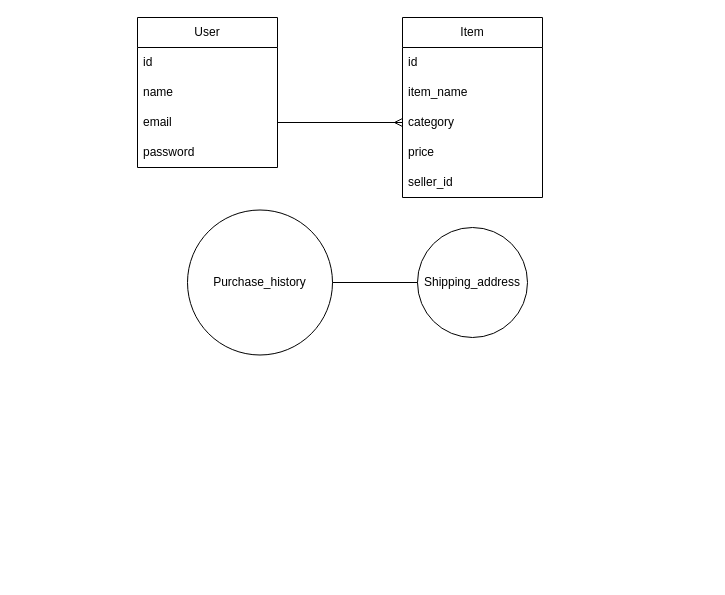
tttamaki1/furima-39335 keeps this draw.io diagram as er.dio. Above is the earlier version. Source tidied: cells renumbered, new cells numbered last; positions are measured from the earlier drawing's top-left corner, leaving out a move shared by most shapes. Both pictures are drawn from the tidied source at 100%, with x=0, y=0 at pixel (137, 17).
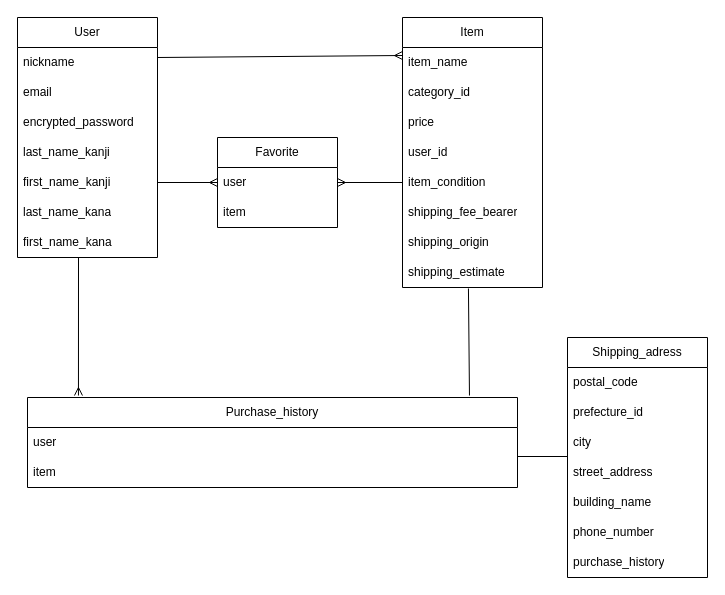
Above is the later version.

What changed in the source:
```diff
@@
     <mxCell id="2" value="User" style="swimlane;fontStyle=0;horizontal=1;startSize=30;whiteSpace=wrap;html=1;" parent="1" vertex="1">
-      <mxGeometry width="140" height="150" as="geometry" />
+      <mxGeometry x="-120" width="140" height="240" as="geometry" />
     </mxCell>
-    <mxCell id="3" value="id" style="text;strokeColor=none;fillColor=none;align=left;verticalAlign=middle;spacingLeft=4;spacingRight=4;overflow=hidden;whiteSpace=wrap;html=1;" parent="2" vertex="1">
-      <mxGeometry y="30" width="140" height="30" as="geometry" />
-    </mxCell>
-    <mxCell id="4" value="name" style="text;strokeColor=none;fillColor=none;align=left;verticalAlign=middle;spacingLeft=4;spacingRight=4;overflow=hidden;whiteSpace=wrap;html=1;" parent="2" vertex="1">
-      <mxGeometry y="60" width="140" height="30" as="geometry" />
+    <mxCell id="4" value="nickname" style="text;strokeColor=none;fillColor=none;align=left;verticalAlign=middle;spacingLeft=4;spacingRight=4;overflow=hidden;whiteSpace=wrap;html=1;" parent="2" vertex="1">
+      <mxGeometry y="30" width="140" height="30" as="geometry" />
     </mxCell>
     <mxCell id="5" value="email" style="text;strokeColor=none;fillColor=none;align=left;verticalAlign=middle;spacingLeft=4;spacingRight=4;overflow=hidden;points=[[0,0.5],[1,0.5]];portConstraint=eastwest;whiteSpace=wrap;html=1;" parent="2" vertex="1">
-      <mxGeometry y="90" width="140" height="30" as="geometry" />
+      <mxGeometry y="60" width="140" height="30" as="geometry" />
     </mxCell>
-    <mxCell id="6" value="password" style="text;strokeColor=none;fillColor=none;align=left;verticalAlign=middle;spacingLeft=4;spacingRight=4;overflow=hidden;whiteSpace=wrap;html=1;" parent="2" vertex="1">
-      <mxGeometry y="120" width="140" height="30" as="geometry" />
+    <mxCell id="6" value="encrypted_password" style="text;strokeColor=none;fillColor=none;align=left;verticalAlign=middle;spacingLeft=4;spacingRight=4;overflow=hidden;whiteSpace=wrap;html=1;" parent="2" vertex="1">
+      <mxGeometry y="90" width="140" height="30" as="geometry" />
     </mxCell>
+    <mxCell id="17" value="last_name_kanji" style="text;strokeColor=none;fillColor=none;align=left;verticalAlign=middle;spacingLeft=4;spacingRight=4;overflow=hidden;whiteSpace=wrap;html=1;" parent="2" vertex="1">
+      <mxGeometry y="120" width="140" height="30" as="geometry" />
+    </mxCell>
+    <mxCell id="18" value="first_name_kanji" style="text;strokeColor=none;fillColor=none;align=left;verticalAlign=middle;spacingLeft=4;spacingRight=4;overflow=hidden;points=[[0,0.5],[1,0.5]];portConstraint=eastwest;whiteSpace=wrap;html=1;" parent="2" vertex="1">
+      <mxGeometry y="150" width="140" height="30" as="geometry" />
+    </mxCell>
+    <mxCell id="19" value="last_name_kana" style="text;strokeColor=none;fillColor=none;align=left;verticalAlign=middle;spacingLeft=4;spacingRight=4;overflow=hidden;whiteSpace=wrap;html=1;" parent="2" vertex="1">
+      <mxGeometry y="180" width="140" height="30" as="geometry" />
+    </mxCell>
+    <mxCell id="20" value="first_name_kana" style="text;strokeColor=none;fillColor=none;align=left;verticalAlign=middle;spacingLeft=4;spacingRight=4;overflow=hidden;whiteSpace=wrap;html=1;" parent="2" vertex="1">
+      <mxGeometry y="210" width="140" height="30" as="geometry" />
+    </mxCell>
     <mxCell id="7" value="Item" style="swimlane;fontStyle=0;horizontal=1;startSize=30;whiteSpace=wrap;html=1;" parent="1" vertex="1">
-      <mxGeometry x="265" width="140" height="180" as="geometry" />
+      <mxGeometry x="265" width="140" height="270" as="geometry" />
     </mxCell>
-    <mxCell id="8" value="id" style="text;strokeColor=none;fillColor=none;align=left;verticalAlign=middle;spacingLeft=4;spacingRight=4;overflow=hidden;whiteSpace=wrap;html=1;" parent="7" vertex="1">
-      <mxGeometry y="30" width="140" height="30" as="geometry" />
-    </mxCell>
     <mxCell id="9" value="item_name" style="text;strokeColor=none;fillColor=none;align=left;verticalAlign=middle;spacingLeft=4;spacingRight=4;overflow=hidden;points=[[0,0.5],[1,0.5]];portConstraint=eastwest;whiteSpace=wrap;html=1;" parent="7" vertex="1">
-      <mxGeometry y="60" width="140" height="30" as="geometry" />
+      <mxGeometry y="30" width="140" height="30" as="geometry" />
     </mxCell>
-    <mxCell id="10" value="category" style="text;strokeColor=none;fillColor=none;align=left;verticalAlign=middle;spacingLeft=4;spacingRight=4;overflow=hidden;points=[[0,0.5],[1,0.5]];portConstraint=eastwest;whiteSpace=wrap;html=1;" parent="7" vertex="1">
-      <mxGeometry y="90" width="140" height="30" as="geometry" />
+    <mxCell id="10" value="category_id" style="text;strokeColor=none;fillColor=none;align=left;verticalAlign=middle;spacingLeft=4;spacingRight=4;overflow=hidden;points=[[0,0.5],[1,0.5]];portConstraint=eastwest;whiteSpace=wrap;html=1;" parent="7" vertex="1">
+      <mxGeometry y="60" width="140" height="30" as="geometry" />
     </mxCell>
     <mxCell id="11" value="price" style="text;strokeColor=none;fillColor=none;align=left;verticalAlign=middle;spacingLeft=4;spacingRight=4;overflow=hidden;whiteSpace=wrap;html=1;" parent="7" vertex="1">
-      <mxGeometry y="120" width="140" height="30" as="geometry" />
+      <mxGeometry y="90" width="140" height="30" as="geometry" />
     </mxCell>
-    <mxCell id="12" value="seller_id" style="text;strokeColor=none;fillColor=none;align=left;verticalAlign=middle;spacingLeft=4;spacingRight=4;overflow=hidden;whiteSpace=wrap;html=1;" parent="7" vertex="1">
-      <mxGeometry y="150" width="140" height="30" as="geometry" />
+    <mxCell id="12" value="user_id" style="text;strokeColor=none;fillColor=none;align=left;verticalAlign=middle;spacingLeft=4;spacingRight=4;overflow=hidden;whiteSpace=wrap;html=1;" parent="7" vertex="1">
+      <mxGeometry y="120" width="140" height="30" as="geometry" />
     </mxCell>
-    <mxCell id="13" value="Purchase_history" style="ellipse;whiteSpace=wrap;html=1;" parent="1" vertex="1">
-      <mxGeometry x="50" y="192.5" width="145" height="145" as="geometry" />
-    </mxCell>
-    <mxCell id="14" value="Shipping_address" style="ellipse;whiteSpace=wrap;html=1;" parent="1" vertex="1">
-      <mxGeometry x="280" y="210" width="110" height="110" as="geometry" />
-    </mxCell>
+    <mxCell id="21" value="item_condition" style="text;strokeColor=none;fillColor=none;align=left;verticalAlign=middle;spacingLeft=4;spacingRight=4;overflow=hidden;points=[[0,0.5],[1,0.5]];portConstraint=eastwest;whiteSpace=wrap;html=1;" parent="7" vertex="1">
+      <mxGeometry y="150" width="140" height="30" as="geometry" />
+    </mxCell>
+    <mxCell id="22" value="shipping_fee_bearer" style="text;strokeColor=none;fillColor=none;align=left;verticalAlign=middle;spacingLeft=4;spacingRight=4;overflow=hidden;whiteSpace=wrap;html=1;" parent="7" vertex="1">
+      <mxGeometry y="180" width="140" height="30" as="geometry" />
+    </mxCell>
+    <mxCell id="23" value="shipping_origin" style="text;strokeColor=none;fillColor=none;align=left;verticalAlign=middle;spacingLeft=4;spacingRight=4;overflow=hidden;whiteSpace=wrap;html=1;" parent="7" vertex="1">
+      <mxGeometry y="210" width="140" height="30" as="geometry" />
+    </mxCell>
+    <mxCell id="24" value="shipping_estimate" style="text;strokeColor=none;fillColor=none;align=left;verticalAlign=middle;spacingLeft=4;spacingRight=4;overflow=hidden;points=[[0,0.5],[1,0.5]];portConstraint=eastwest;whiteSpace=wrap;html=1;" parent="7" vertex="1">
+      <mxGeometry y="240" width="140" height="30" as="geometry" />
+    </mxCell>
-    <mxCell id="15" style="endArrow=ERmany;html=1;exitX=1;exitY=0.5;exitDx=0;exitDy=0;entryX=0;entryY=0.5;entryDx=0;entryDy=0;endFill=0;" parent="1" edge="1" source="5" target="10">
-      <mxGeometry relative="1" as="geometry" />
+    <mxCell id="15" style="endArrow=ERmany;html=1;endFill=0;entryX=0;entryY=0.267;entryDx=0;entryDy=0;entryPerimeter=0;" parent="1" edge="1" target="9">
+      <mxGeometry relative="1" as="geometry">
+        <mxPoint x="20" y="40" as="sourcePoint" />
+      </mxGeometry>
     </mxCell>
-    <mxCell id="16" style="endArrow=none;html=1;entryX=0;entryY=0.5;entryDx=0;entryDy=0;exitX=1;exitY=0.5;exitDx=0;exitDy=0;" parent="1" edge="1" source="13" target="14">
+    <mxCell id="16" style="endArrow=none;html=1;exitX=0;exitY=0.967;exitDx=0;exitDy=0;exitPerimeter=0;entryX=1;entryY=-0.033;entryDx=0;entryDy=0;entryPerimeter=0;" parent="1" edge="1" source="33" target="39">
       <mxGeometry relative="1" as="geometry" />
     </mxCell>
+    <mxCell id="25" value="Favorite" style="swimlane;fontStyle=0;horizontal=1;startSize=30;whiteSpace=wrap;html=1;" parent="1" vertex="1">
+      <mxGeometry x="80" y="120" width="120" height="90" as="geometry" />
+    </mxCell>
+    <mxCell id="26" value="user" style="text;strokeColor=none;fillColor=none;align=left;verticalAlign=middle;spacingLeft=4;spacingRight=4;overflow=hidden;points=[[0,0.5],[1,0.5]];portConstraint=eastwest;whiteSpace=wrap;html=1;" parent="25" vertex="1">
+      <mxGeometry y="30" width="120" height="30" as="geometry" />
+    </mxCell>
+    <mxCell id="27" value="item" style="text;strokeColor=none;fillColor=none;align=left;verticalAlign=middle;spacingLeft=4;spacingRight=4;overflow=hidden;whiteSpace=wrap;html=1;" parent="25" vertex="1">
+      <mxGeometry y="60" width="120" height="30" as="geometry" />
+    </mxCell>
+    <mxCell id="28" style="endArrow=ERmany;html=1;exitX=1;exitY=0.5;exitDx=0;exitDy=0;endFill=0;entryX=0;entryY=0.5;entryDx=0;entryDy=0;" parent="1" edge="1" source="18" target="26">
+      <mxGeometry relative="1" as="geometry" />
+    </mxCell>
+    <mxCell id="29" style="endArrow=ERmany;html=1;endFill=0;entryX=1;entryY=0.5;entryDx=0;entryDy=0;exitX=0;exitY=0.5;exitDx=0;exitDy=0;" parent="1" edge="1" source="21" target="26">
+      <mxGeometry relative="1" as="geometry" />
+    </mxCell>
+    <mxCell id="30" value="Shipping_adress" style="swimlane;fontStyle=0;horizontal=1;startSize=30;whiteSpace=wrap;html=1;" parent="1" vertex="1">
+      <mxGeometry x="430" y="320" width="140" height="240" as="geometry" />
+    </mxCell>
+    <mxCell id="31" value="postal_code" style="text;strokeColor=none;fillColor=none;align=left;verticalAlign=middle;spacingLeft=4;spacingRight=4;overflow=hidden;whiteSpace=wrap;html=1;" parent="30" vertex="1">
+      <mxGeometry y="30" width="140" height="30" as="geometry" />
+    </mxCell>
+    <mxCell id="32" value="prefecture_id" style="text;strokeColor=none;fillColor=none;align=left;verticalAlign=middle;spacingLeft=4;spacingRight=4;overflow=hidden;whiteSpace=wrap;html=1;" parent="30" vertex="1">
+      <mxGeometry y="60" width="140" height="30" as="geometry" />
+    </mxCell>
+    <mxCell id="33" value="city" style="text;strokeColor=none;fillColor=none;align=left;verticalAlign=middle;spacingLeft=4;spacingRight=4;overflow=hidden;points=[[0,0.5],[1,0.5]];portConstraint=eastwest;whiteSpace=wrap;html=1;" parent="30" vertex="1">
+      <mxGeometry y="90" width="140" height="30" as="geometry" />
+    </mxCell>
+    <mxCell id="34" value="street_address" style="text;strokeColor=none;fillColor=none;align=left;verticalAlign=middle;spacingLeft=4;spacingRight=4;overflow=hidden;whiteSpace=wrap;html=1;" parent="30" vertex="1">
+      <mxGeometry y="120" width="140" height="30" as="geometry" />
+    </mxCell>
+    <mxCell id="35" value="building_name" style="text;strokeColor=none;fillColor=none;align=left;verticalAlign=middle;spacingLeft=4;spacingRight=4;overflow=hidden;whiteSpace=wrap;html=1;" parent="30" vertex="1">
+      <mxGeometry y="150" width="140" height="30" as="geometry" />
+    </mxCell>
+    <mxCell id="36" value="phone_number" style="text;strokeColor=none;fillColor=none;align=left;verticalAlign=middle;spacingLeft=4;spacingRight=4;overflow=hidden;whiteSpace=wrap;html=1;" parent="30" vertex="1">
+      <mxGeometry y="180" width="140" height="30" as="geometry" />
+    </mxCell>
+    <mxCell id="37" value="purchase_history" style="text;strokeColor=none;fillColor=none;align=left;verticalAlign=middle;spacingLeft=4;spacingRight=4;overflow=hidden;whiteSpace=wrap;html=1;" parent="30" vertex="1">
+      <mxGeometry y="210" width="140" height="30" as="geometry" />
+    </mxCell>
+    <mxCell id="13" value="Purchase_history" style="swimlane;fontStyle=0;horizontal=1;startSize=30;whiteSpace=wrap;html=1;" parent="1" vertex="1">
+      <mxGeometry x="-110" y="380" width="490" height="90" as="geometry" />
+    </mxCell>
+    <mxCell id="38" value="user" style="text;strokeColor=none;fillColor=none;align=left;verticalAlign=middle;spacingLeft=4;spacingRight=4;overflow=hidden;whiteSpace=wrap;html=1;" parent="13" vertex="1">
+      <mxGeometry y="30" width="490" height="30" as="geometry" />
+    </mxCell>
+    <mxCell id="39" value="item" style="text;strokeColor=none;fillColor=none;align=left;verticalAlign=middle;spacingLeft=4;spacingRight=4;overflow=hidden;points=[[0,0.5],[1,0.5]];portConstraint=eastwest;whiteSpace=wrap;html=1;" parent="13" vertex="1">
+      <mxGeometry y="60" width="490" height="30" as="geometry" />
+    </mxCell>
+    <mxCell id="40" style="endArrow=ERmany;html=1;endFill=0;entryX=0.104;entryY=-0.022;entryDx=0;entryDy=0;entryPerimeter=0;" parent="1" edge="1" target="13">
+      <mxGeometry relative="1" as="geometry">
+        <mxPoint x="-59" y="240" as="sourcePoint" />
+      </mxGeometry>
+    </mxCell>
+    <mxCell id="41" style="endArrow=none;html=1;entryX=0.471;entryY=1.033;entryDx=0;entryDy=0;entryPerimeter=0;exitX=0.902;exitY=-0.022;exitDx=0;exitDy=0;exitPerimeter=0;" parent="1" edge="1" source="13" target="24">
+      <mxGeometry relative="1" as="geometry" />
+    </mxCell>
```
